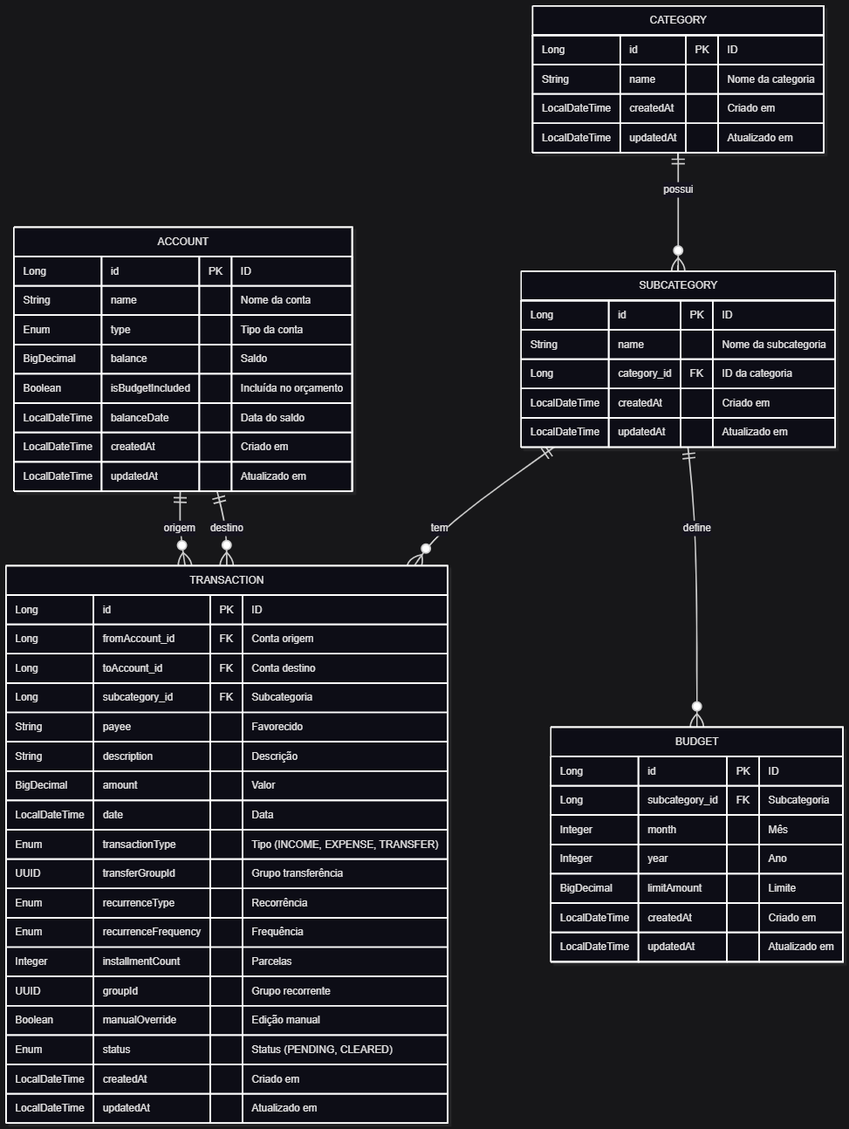
The Mermaid diagram .docs/refs/diagrams/database-diagram.png in marlonprado04/PROJ-YNAB-clone, before a commit. Its source is kept beside it as .docs/refs/diagrams/database-diagram.mmd. The source it was exported from:
```mermaid
erDiagram
    ACCOUNT {
        Long id PK "ID"
        String name "Nome da conta"
        Enum type "Tipo da conta"
        BigDecimal balance "Saldo"
        Boolean isBudgetIncluded "Incluída no orçamento"
        LocalDateTime balanceDate "Data do saldo"
        LocalDateTime createdAt "Criado em"
        LocalDateTime updatedAt "Atualizado em"
    }
    CATEGORY {
        Long id PK "ID"
        String name "Nome da categoria"
        LocalDateTime createdAt "Criado em"
        LocalDateTime updatedAt "Atualizado em"
    }
    SUBCATEGORY {
        Long id PK "ID"
        String name "Nome da subcategoria"
        Long category_id FK "ID da categoria"
        LocalDateTime createdAt "Criado em"
        LocalDateTime updatedAt "Atualizado em"
    }
    TRANSACTION {
        Long id PK "ID"
        Long fromAccount_id FK "Conta origem"
        Long toAccount_id FK "Conta destino"
        Long subcategory_id FK "Subcategoria"
        String payee "Favorecido"
        String description "Descrição"
        BigDecimal amount "Valor"
        LocalDateTime date "Data"
        Enum transactionType "Tipo (INCOME, EXPENSE, TRANSFER)"
        UUID transferGroupId "Grupo transferência"
        Enum recurrenceType "Recorrência"
        Enum recurrenceFrequency "Frequência"
        Integer installmentCount "Parcelas"
        UUID groupId "Grupo recorrente"
        Boolean manualOverride "Edição manual"
        Enum status "Status (PENDING, CLEARED)"
        LocalDateTime createdAt "Criado em"
        LocalDateTime updatedAt "Atualizado em"
    }
    BUDGET {
        Long id PK "ID"
        Long subcategory_id FK "Subcategoria"
        Integer month "Mês"
        Integer year "Ano"
        BigDecimal limitAmount "Limite"
        LocalDateTime createdAt "Criado em"
        LocalDateTime updatedAt "Atualizado em"
    }

    CATEGORY ||--o{ SUBCATEGORY : possui
    SUBCATEGORY ||--o{ TRANSACTION : "tem"
    ACCOUNT ||--o{ TRANSACTION : "origem"
    ACCOUNT ||--o{ TRANSACTION : "destino"
    SUBCATEGORY ||--o{ BUDGET : "define"
```
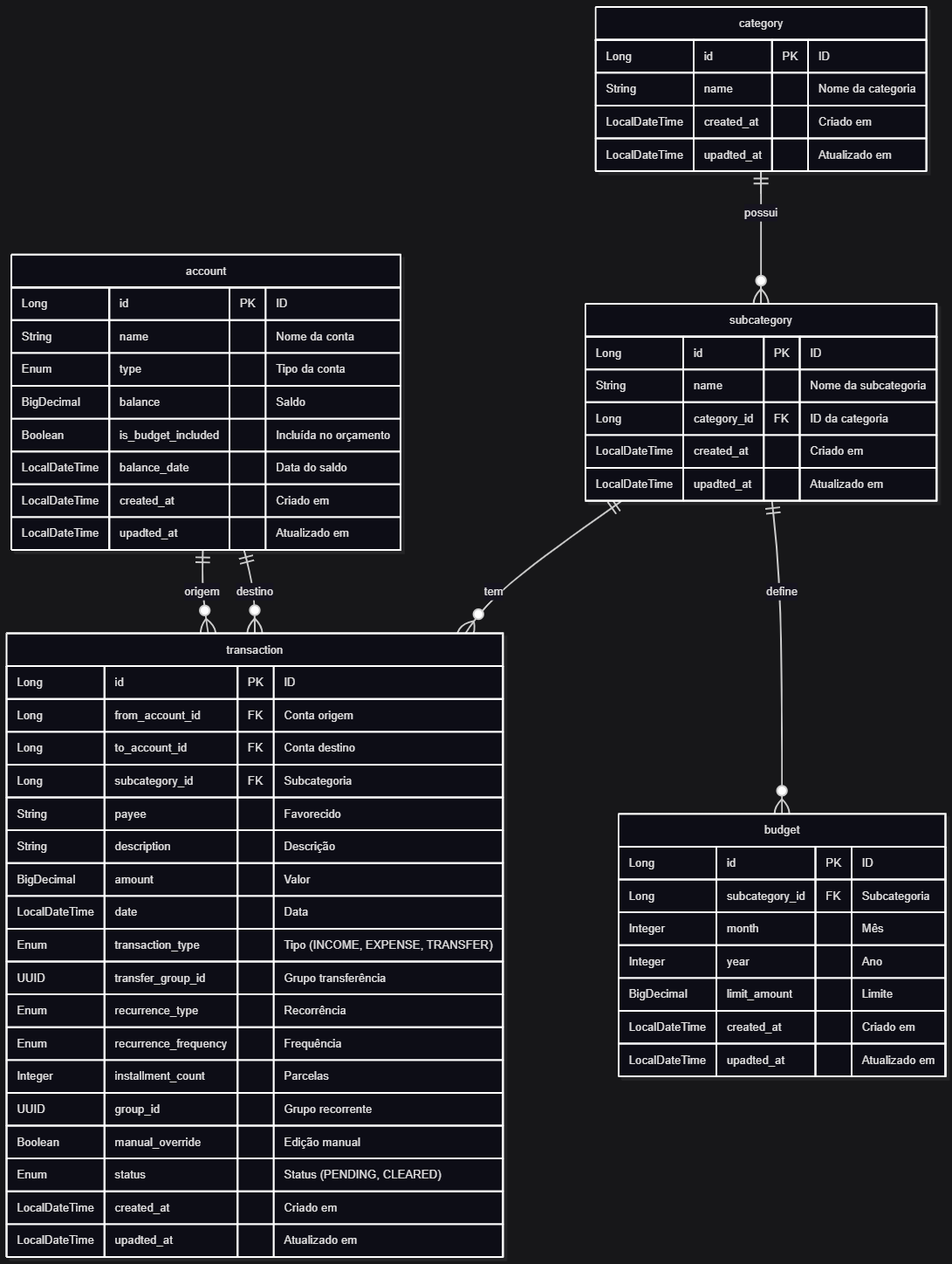
Later version of the same file.

The edit, as a diff of the source:
```diff
@@ -1,59 +1,60 @@
 erDiagram
-    ACCOUNT {
+    account {
         Long id PK "ID"
         String name "Nome da conta"
         Enum type "Tipo da conta"
         BigDecimal balance "Saldo"
-        Boolean isBudgetIncluded "Incluída no orçamento"
-        LocalDateTime balanceDate "Data do saldo"
-        LocalDateTime createdAt "Criado em"
-        LocalDateTime updatedAt "Atualizado em"
+        Boolean is_budget_included "Incluída no orçamento"
+        LocalDateTime balance_date "Data do saldo"
+        LocalDateTime created_at "Criado em"
+        LocalDateTime upadted_at "Atualizado em"
     }
-    CATEGORY {
+    category {
         Long id PK "ID"
         String name "Nome da categoria"
-        LocalDateTime createdAt "Criado em"
-        LocalDateTime updatedAt "Atualizado em"
+        LocalDateTime created_at "Criado em"
+        LocalDateTime upadted_at "Atualizado em"
     }
-    SUBCATEGORY {
+    subcategory {
         Long id PK "ID"
         String name "Nome da subcategoria"
         Long category_id FK "ID da categoria"
-        LocalDateTime createdAt "Criado em"
-        LocalDateTime updatedAt "Atualizado em"
+        LocalDateTime created_at "Criado em"
+        LocalDateTime upadted_at "Atualizado em"
+
     }
-    TRANSACTION {
+    transaction {
         Long id PK "ID"
-        Long fromAccount_id FK "Conta origem"
-        Long toAccount_id FK "Conta destino"
+        Long from_account_id FK "Conta origem"
+        Long to_account_id FK "Conta destino"
         Long subcategory_id FK "Subcategoria"
         String payee "Favorecido"
         String description "Descrição"
         BigDecimal amount "Valor"
         LocalDateTime date "Data"
-        Enum transactionType "Tipo (INCOME, EXPENSE, TRANSFER)"
-        UUID transferGroupId "Grupo transferência"
-        Enum recurrenceType "Recorrência"
-        Enum recurrenceFrequency "Frequência"
-        Integer installmentCount "Parcelas"
-        UUID groupId "Grupo recorrente"
-        Boolean manualOverride "Edição manual"
+        Enum transaction_type "Tipo (INCOME, EXPENSE, TRANSFER)"
+        UUID transfer_group_id "Grupo transferência"
+        Enum recurrence_type "Recorrência"
+        Enum recurrence_frequency "Frequência"
+        Integer installment_count "Parcelas"
+        UUID group_id "Grupo recorrente"
+        Boolean manual_override "Edição manual"
         Enum status "Status (PENDING, CLEARED)"
-        LocalDateTime createdAt "Criado em"
-        LocalDateTime updatedAt "Atualizado em"
+        LocalDateTime created_at "Criado em"
+        LocalDateTime upadted_at "Atualizado em"
     }
-    BUDGET {
+    budget {
         Long id PK "ID"
         Long subcategory_id FK "Subcategoria"
         Integer month "Mês"
         Integer year "Ano"
-        BigDecimal limitAmount "Limite"
-        LocalDateTime createdAt "Criado em"
-        LocalDateTime updatedAt "Atualizado em"
+        BigDecimal limit_amount "Limite"
+        LocalDateTime created_at "Criado em"
+        LocalDateTime upadted_at "Atualizado em"
     }
 
-    CATEGORY ||--o{ SUBCATEGORY : possui
-    SUBCATEGORY ||--o{ TRANSACTION : "tem"
-    ACCOUNT ||--o{ TRANSACTION : "origem"
-    ACCOUNT ||--o{ TRANSACTION : "destino"
-    SUBCATEGORY ||--o{ BUDGET : "define"
+    category ||--o{ subcategory : possui
+    subcategory ||--o{ transaction : "tem"
+    account ||--o{ transaction : "origem"
+    account ||--o{ transaction : "destino"
+    subcategory ||--o{ budget : "define"
```
